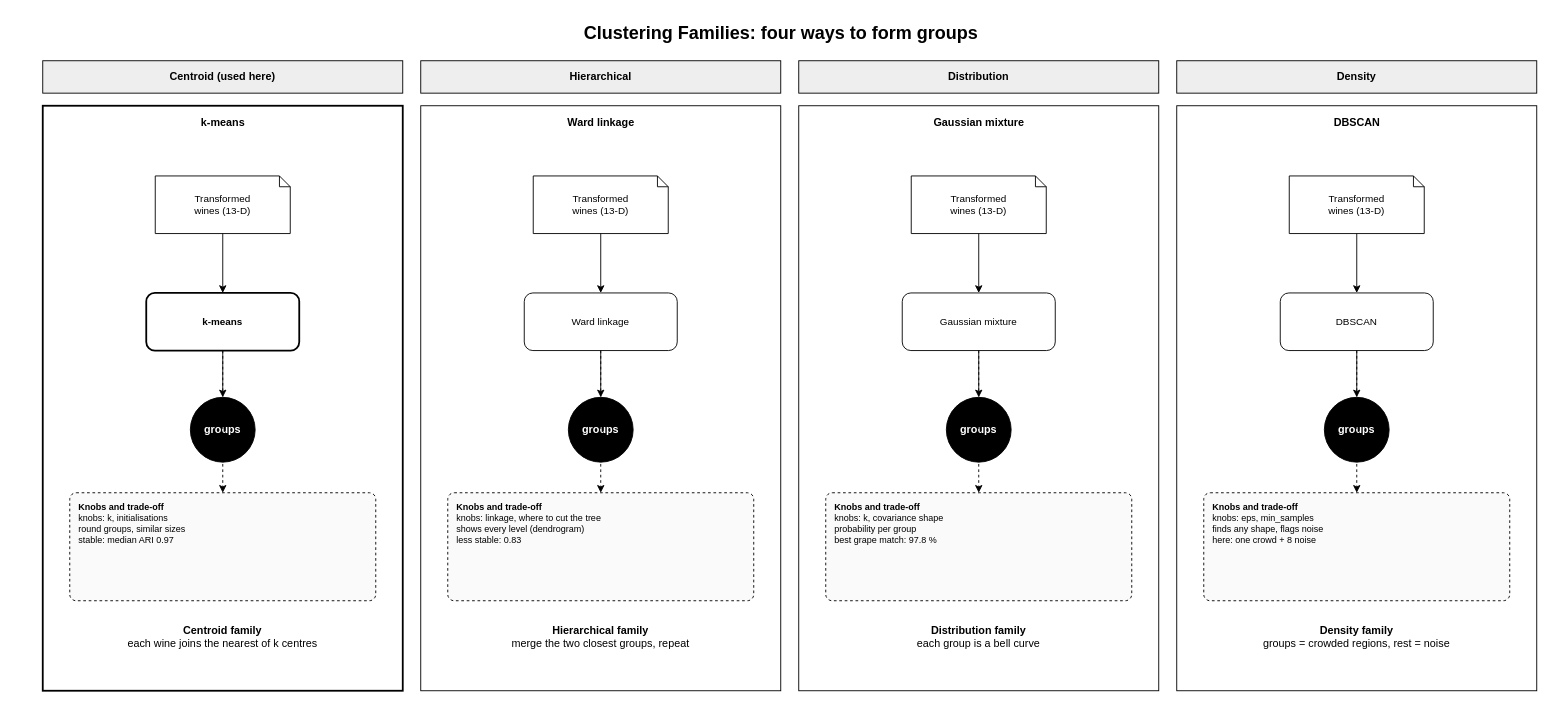
Before: assets/clustering_categorization.drawio in Pisit-Janthawee/ml-clustering-wine-kmeans-gmm, a draw.io diagram. Source tidied: cells renumbered, new cells numbered last; positions are measured from the earlier drawing's top-left corner, leaving out a move shared by most shapes. Both pictures are drawn from the tidied source at 90%, with x=0, y=0 at pixel (15, 15).
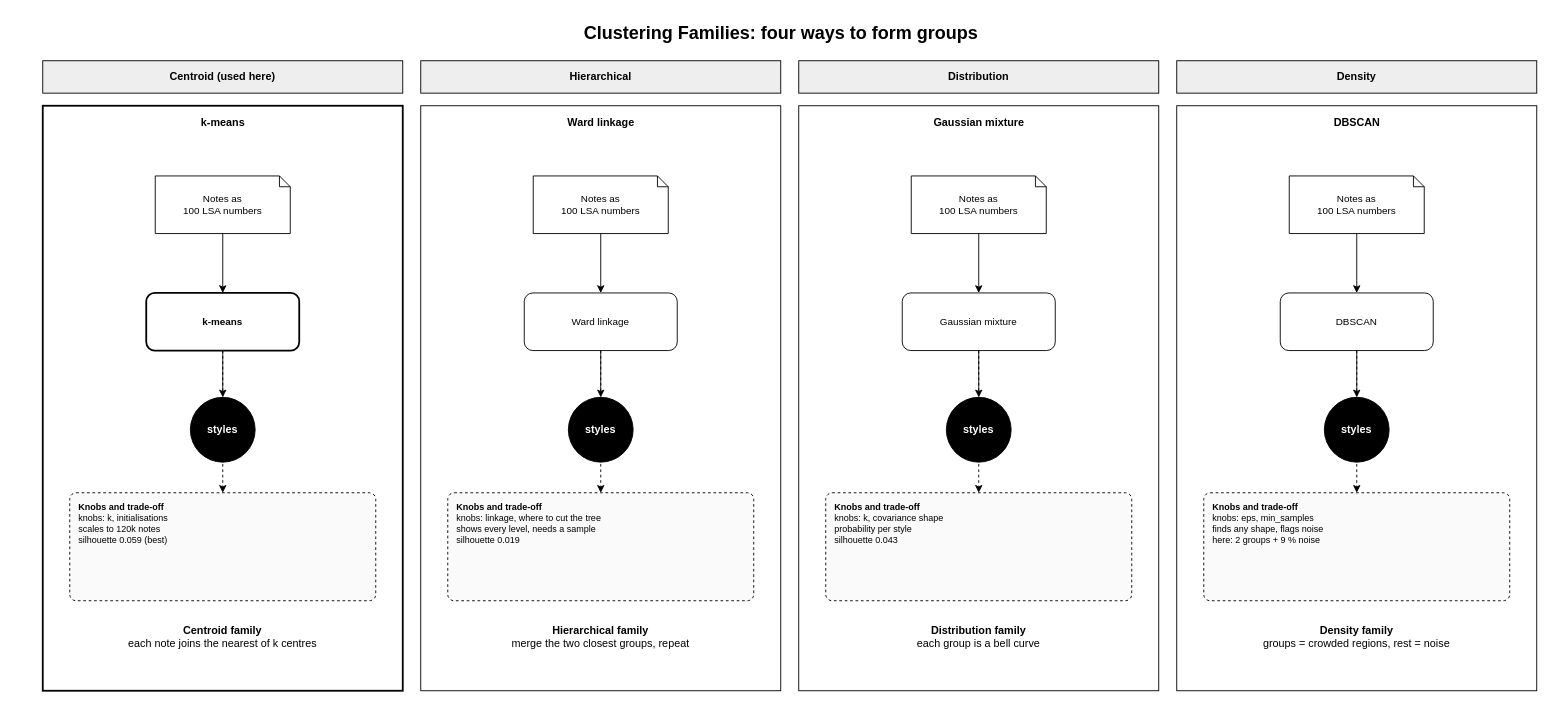
The same diagram, later.

The edit, as a diff of the source:
```diff
@@
-    <mxCell id="6" value="&lt;b&gt;Centroid family&lt;/b&gt;&lt;br&gt;each wine joins the nearest of k centres" style="fontFamily=Helvetica;fontColor=#000000;text;html=1;align=center;whiteSpace=wrap;" parent="1" vertex="1">
+    <mxCell id="6" value="&lt;b&gt;Centroid family&lt;/b&gt;&lt;br&gt;each note joins the nearest of k centres" style="fontFamily=Helvetica;fontColor=#000000;text;html=1;align=center;whiteSpace=wrap;" parent="1" vertex="1">
       <mxGeometry x="40" y="670" width="380" height="70" as="geometry" />
     </mxCell>
-    <mxCell id="7" value="Transformed&lt;br&gt;wines (13-D)" style="fontFamily=Helvetica;fontColor=#000000;shape=note;whiteSpace=wrap;html=1;size=12;fontSize=11;strokeColor=#000000;" parent="1" vertex="1">
+    <mxCell id="7" value="Notes as&lt;br&gt;100 LSA numbers" style="fontFamily=Helvetica;fontColor=#000000;shape=note;whiteSpace=wrap;html=1;size=12;fontSize=11;strokeColor=#000000;" parent="1" vertex="1">
       <mxGeometry x="155" y="178" width="150" height="64" as="geometry" />
     </mxCell>
@@
-    <mxCell id="9" value="groups" style="fontFamily=Helvetica;fontColor=#000000;ellipse;whiteSpace=wrap;html=1;fillColor=#000000;strokeColor=#000000;fontColor=#ffffff;fontStyle=1;" parent="1" vertex="1">
+    <mxCell id="9" value="styles" style="fontFamily=Helvetica;fontColor=#000000;ellipse;whiteSpace=wrap;html=1;fillColor=#000000;strokeColor=#000000;fontColor=#ffffff;fontStyle=1;" parent="1" vertex="1">
       <mxGeometry x="194" y="424" width="72" height="72" as="geometry" />
     </mxCell>
@@
-    <mxCell id="12" value="&lt;b&gt;Knobs and trade-off&lt;/b&gt;&lt;br&gt;knobs: k, initialisations&lt;br&gt;round groups, similar sizes&lt;br&gt;stable: median ARI 0.97" style="fontFamily=Helvetica;fontColor=#000000;rounded=1;arcSize=6;whiteSpace=wrap;html=1;dashed=1;fillColor=#fafafa;strokeColor=#000000;align=left;verticalAlign=top;spacingLeft=8;spacingTop=4;fontSize=10;" parent="1" vertex="1">
+    <mxCell id="12" value="&lt;b&gt;Knobs and trade-off&lt;/b&gt;&lt;br&gt;knobs: k, initialisations&lt;br&gt;scales to 120k notes&lt;br&gt;silhouette 0.059 (best)" style="fontFamily=Helvetica;fontColor=#000000;rounded=1;arcSize=6;whiteSpace=wrap;html=1;dashed=1;fillColor=#fafafa;strokeColor=#000000;align=left;verticalAlign=top;spacingLeft=8;spacingTop=4;fontSize=10;" parent="1" vertex="1">
       <mxGeometry x="60" y="530" width="340" height="120" as="geometry" />
     </mxCell>
@@
-    <mxCell id="18" value="Transformed&lt;br&gt;wines (13-D)" style="fontFamily=Helvetica;fontColor=#000000;shape=note;whiteSpace=wrap;html=1;size=12;fontSize=11;strokeColor=#000000;" parent="1" vertex="1">
+    <mxCell id="18" value="Notes as&lt;br&gt;100 LSA numbers" style="fontFamily=Helvetica;fontColor=#000000;shape=note;whiteSpace=wrap;html=1;size=12;fontSize=11;strokeColor=#000000;" parent="1" vertex="1">
       <mxGeometry x="575" y="178" width="150" height="64" as="geometry" />
     </mxCell>
@@
-    <mxCell id="20" value="groups" style="fontFamily=Helvetica;fontColor=#000000;ellipse;whiteSpace=wrap;html=1;fillColor=#000000;strokeColor=#000000;fontColor=#ffffff;fontStyle=1;" parent="1" vertex="1">
+    <mxCell id="20" value="styles" style="fontFamily=Helvetica;fontColor=#000000;ellipse;whiteSpace=wrap;html=1;fillColor=#000000;strokeColor=#000000;fontColor=#ffffff;fontStyle=1;" parent="1" vertex="1">
       <mxGeometry x="614" y="424" width="72" height="72" as="geometry" />
     </mxCell>
@@
-    <mxCell id="23" value="&lt;b&gt;Knobs and trade-off&lt;/b&gt;&lt;br&gt;knobs: linkage, where to cut the tree&lt;br&gt;shows every level (dendrogram)&lt;br&gt;less stable: 0.83" style="fontFamily=Helvetica;fontColor=#000000;rounded=1;arcSize=6;whiteSpace=wrap;html=1;dashed=1;fillColor=#fafafa;strokeColor=#000000;align=left;verticalAlign=top;spacingLeft=8;spacingTop=4;fontSize=10;" parent="1" vertex="1">
+    <mxCell id="23" value="&lt;b&gt;Knobs and trade-off&lt;/b&gt;&lt;br&gt;knobs: linkage, where to cut the tree&lt;br&gt;shows every level, needs a sample&lt;br&gt;silhouette 0.019" style="fontFamily=Helvetica;fontColor=#000000;rounded=1;arcSize=6;whiteSpace=wrap;html=1;dashed=1;fillColor=#fafafa;strokeColor=#000000;align=left;verticalAlign=top;spacingLeft=8;spacingTop=4;fontSize=10;" parent="1" vertex="1">
       <mxGeometry x="480" y="530" width="340" height="120" as="geometry" />
     </mxCell>
@@
-    <mxCell id="29" value="Transformed&lt;br&gt;wines (13-D)" style="fontFamily=Helvetica;fontColor=#000000;shape=note;whiteSpace=wrap;html=1;size=12;fontSize=11;strokeColor=#000000;" parent="1" vertex="1">
+    <mxCell id="29" value="Notes as&lt;br&gt;100 LSA numbers" style="fontFamily=Helvetica;fontColor=#000000;shape=note;whiteSpace=wrap;html=1;size=12;fontSize=11;strokeColor=#000000;" parent="1" vertex="1">
       <mxGeometry x="995" y="178" width="150" height="64" as="geometry" />
     </mxCell>
@@
-    <mxCell id="31" value="groups" style="fontFamily=Helvetica;fontColor=#000000;ellipse;whiteSpace=wrap;html=1;fillColor=#000000;strokeColor=#000000;fontColor=#ffffff;fontStyle=1;" parent="1" vertex="1">
+    <mxCell id="31" value="styles" style="fontFamily=Helvetica;fontColor=#000000;ellipse;whiteSpace=wrap;html=1;fillColor=#000000;strokeColor=#000000;fontColor=#ffffff;fontStyle=1;" parent="1" vertex="1">
       <mxGeometry x="1034" y="424" width="72" height="72" as="geometry" />
     </mxCell>
@@
-    <mxCell id="34" value="&lt;b&gt;Knobs and trade-off&lt;/b&gt;&lt;br&gt;knobs: k, covariance shape&lt;br&gt;probability per group&lt;br&gt;best grape match: 97.8 %" style="fontFamily=Helvetica;fontColor=#000000;rounded=1;arcSize=6;whiteSpace=wrap;html=1;dashed=1;fillColor=#fafafa;strokeColor=#000000;align=left;verticalAlign=top;spacingLeft=8;spacingTop=4;fontSize=10;" parent="1" vertex="1">
+    <mxCell id="34" value="&lt;b&gt;Knobs and trade-off&lt;/b&gt;&lt;br&gt;knobs: k, covariance shape&lt;br&gt;probability per style&lt;br&gt;silhouette 0.043" style="fontFamily=Helvetica;fontColor=#000000;rounded=1;arcSize=6;whiteSpace=wrap;html=1;dashed=1;fillColor=#fafafa;strokeColor=#000000;align=left;verticalAlign=top;spacingLeft=8;spacingTop=4;fontSize=10;" parent="1" vertex="1">
       <mxGeometry x="900" y="530" width="340" height="120" as="geometry" />
     </mxCell>
@@
-    <mxCell id="40" value="Transformed&lt;br&gt;wines (13-D)" style="fontFamily=Helvetica;fontColor=#000000;shape=note;whiteSpace=wrap;html=1;size=12;fontSize=11;strokeColor=#000000;" parent="1" vertex="1">
+    <mxCell id="40" value="Notes as&lt;br&gt;100 LSA numbers" style="fontFamily=Helvetica;fontColor=#000000;shape=note;whiteSpace=wrap;html=1;size=12;fontSize=11;strokeColor=#000000;" parent="1" vertex="1">
       <mxGeometry x="1415" y="178" width="150" height="64" as="geometry" />
     </mxCell>
@@
-    <mxCell id="42" value="groups" style="fontFamily=Helvetica;fontColor=#000000;ellipse;whiteSpace=wrap;html=1;fillColor=#000000;strokeColor=#000000;fontColor=#ffffff;fontStyle=1;" parent="1" vertex="1">
+    <mxCell id="42" value="styles" style="fontFamily=Helvetica;fontColor=#000000;ellipse;whiteSpace=wrap;html=1;fillColor=#000000;strokeColor=#000000;fontColor=#ffffff;fontStyle=1;" parent="1" vertex="1">
       <mxGeometry x="1454" y="424" width="72" height="72" as="geometry" />
     </mxCell>
@@
-    <mxCell id="45" value="&lt;b&gt;Knobs and trade-off&lt;/b&gt;&lt;br&gt;knobs: eps, min_samples&lt;br&gt;finds any shape, flags noise&lt;br&gt;here: one crowd + 8 noise" style="fontFamily=Helvetica;fontColor=#000000;rounded=1;arcSize=6;whiteSpace=wrap;html=1;dashed=1;fillColor=#fafafa;strokeColor=#000000;align=left;verticalAlign=top;spacingLeft=8;spacingTop=4;fontSize=10;" parent="1" vertex="1">
+    <mxCell id="45" value="&lt;b&gt;Knobs and trade-off&lt;/b&gt;&lt;br&gt;knobs: eps, min_samples&lt;br&gt;finds any shape, flags noise&lt;br&gt;here: 2 groups + 9 % noise" style="fontFamily=Helvetica;fontColor=#000000;rounded=1;arcSize=6;whiteSpace=wrap;html=1;dashed=1;fillColor=#fafafa;strokeColor=#000000;align=left;verticalAlign=top;spacingLeft=8;spacingTop=4;fontSize=10;" parent="1" vertex="1">
       <mxGeometry x="1320" y="530" width="340" height="120" as="geometry" />
     </mxCell>
```
